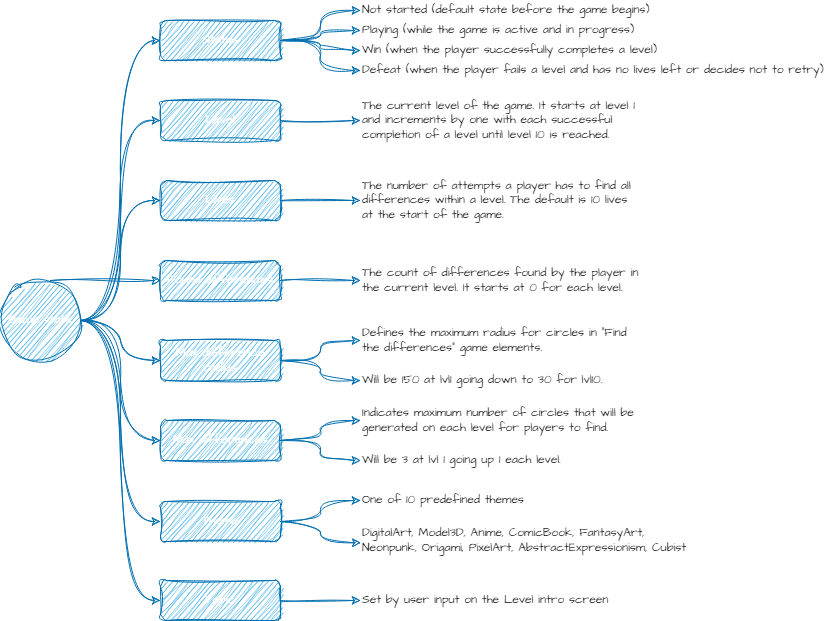
Earlier version of the draw.io export game-state.drawio.png (vasilyoshev/ai-assistant). Source tidied: cells renumbered, new cells last; positions are measured from the earlier drawing's top-left corner, leaving out a move shared by most shapes.
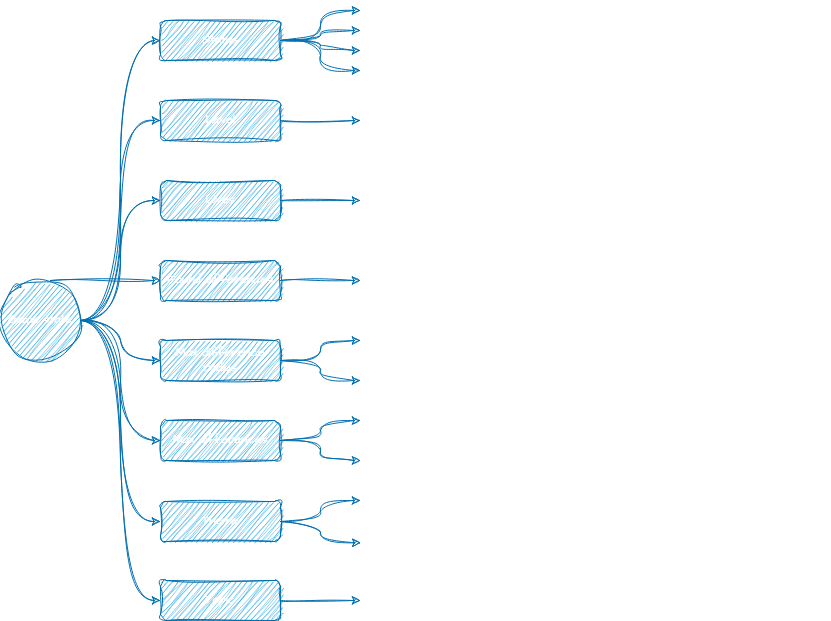
After the commit.

Diff of the diagram source:
```diff
@@ -82,7 +82,7 @@
     <mxCell id="27" value="Theme" style="rounded=1;whiteSpace=wrap;html=1;sketch=1;hachureGap=4;jiggle=2;curveFitting=1;fontFamily=Architects Daughter;fontSource=https%3A%2F%2Ffonts.googleapis.com%2Fcss%3Ffamily%3DArchitects%2BDaughter;fillColor=#1ba1e2;strokeColor=#006EAF;fontColor=#ffffff;" parent="1" vertex="1">
       <mxGeometry x="160" y="501" width="120" height="40" as="geometry" />
     </mxCell>
-    <mxCell id="28" value="&lt;span data-whi-clipboard=&quot;{:hiccup [[:p {:rect {:x 3720, :y 68, :width 436, :height 72}, :text-rect {:x 3720, :y 68, :width 436, :height 72}} &amp;quot;The current level of the game. It starts at level 1 and increments by one with each successful completion of a level until level 10 is reached.&amp;quot;]], :file-id nil}&quot;&gt;&lt;/span&gt;The current level of the game. It starts at level 1 and increments by one with each successful completion of a level until level 10 is reached." style="text;whiteSpace=wrap;html=1;fontFamily=Architects Daughter;fontSource=https%3A%2F%2Ffonts.googleapis.com%2Fcss%3Ffamily%3DArchitects%2BDaughter;verticalAlign=middle;" parent="1" vertex="1">
+    <mxCell id="28" value="&lt;span data-whi-clipboard=&quot;{:hiccup [[:p {:rect {:x 3720, :y 68, :width 436, :height 72}, :text-rect {:x 3720, :y 68, :width 436, :height 72}} &amp;quot;The current level of the game. It starts at level 1 and increments by one with each successful completion of a level until level 10 is reached.&amp;quot;]], :file-id nil}&quot;&gt;&lt;/span&gt;The current level of the game. It starts at level 1 and increments by one with each successful completion of a level until level 10 is reached." style="text;whiteSpace=wrap;html=1;fontFamily=Architects Daughter;fontSource=https%3A%2F%2Ffonts.googleapis.com%2Fcss%3Ffamily%3DArchitects%2BDaughter;verticalAlign=middle;fontColor=#FFFFFF;" parent="1" vertex="1">
       <mxGeometry x="360" y="92.5" width="280" height="55" as="geometry" />
     </mxCell>
     <mxCell id="29" style="edgeStyle=orthogonalEdgeStyle;rounded=0;sketch=1;hachureGap=4;jiggle=2;curveFitting=1;jettySize=auto;html=1;entryX=0;entryY=0.5;entryDx=0;entryDy=0;fontFamily=Architects Daughter;fontSource=https%3A%2F%2Ffonts.googleapis.com%2Fcss%3Ffamily%3DArchitects%2BDaughter;curved=1;fontColor=#000000;fillColor=#1ba1e2;strokeColor=#006EAF;" parent="1" edge="1" source="30" target="31">
@@ -91,22 +91,22 @@
     <mxCell id="30" value="Lives" style="rounded=1;whiteSpace=wrap;html=1;sketch=1;hachureGap=4;jiggle=2;curveFitting=1;fontFamily=Architects Daughter;fontSource=https%3A%2F%2Ffonts.googleapis.com%2Fcss%3Ffamily%3DArchitects%2BDaughter;fillColor=#1ba1e2;strokeColor=#006EAF;fontColor=#ffffff;" parent="1" vertex="1">
       <mxGeometry x="160" y="180" width="120" height="40" as="geometry" />
     </mxCell>
-    <mxCell id="31" value="The number of attempts a player has to find all differences within a level. The default is 10 lives at the start of the game." style="text;html=1;align=left;verticalAlign=middle;whiteSpace=wrap;rounded=0;fontFamily=Architects Daughter;fontSource=https%3A%2F%2Ffonts.googleapis.com%2Fcss%3Ffamily%3DArchitects%2BDaughter;" parent="1" vertex="1">
+    <mxCell id="31" value="The number of attempts a player has to find all differences within a level. The default is 10 lives at the start of the game." style="text;html=1;align=left;verticalAlign=middle;whiteSpace=wrap;rounded=0;fontFamily=Architects Daughter;fontSource=https%3A%2F%2Ffonts.googleapis.com%2Fcss%3Ffamily%3DArchitects%2BDaughter;fontColor=#FFFFFF;" parent="1" vertex="1">
       <mxGeometry x="360" y="175" width="280" height="50" as="geometry" />
     </mxCell>
-    <mxCell id="32" value="The count of differences found by the player in the current level. It starts at 0 for each level." style="text;html=1;align=left;verticalAlign=middle;whiteSpace=wrap;rounded=0;fontFamily=Architects Daughter;fontSource=https%3A%2F%2Ffonts.googleapis.com%2Fcss%3Ffamily%3DArchitects%2BDaughter;" parent="1" vertex="1">
+    <mxCell id="32" value="The count of differences found by the player in the current level. It starts at 0 for each level." style="text;html=1;align=left;verticalAlign=middle;whiteSpace=wrap;rounded=0;fontFamily=Architects Daughter;fontSource=https%3A%2F%2Ffonts.googleapis.com%2Fcss%3Ffamily%3DArchitects%2BDaughter;fontColor=#FFFFFF;" parent="1" vertex="1">
       <mxGeometry x="360" y="265" width="280" height="30" as="geometry" />
     </mxCell>
-    <mxCell id="33" value="Not started (default state before the game begins)" style="text;html=1;align=left;verticalAlign=middle;whiteSpace=wrap;rounded=0;fontFamily=Architects Daughter;fontSource=https%3A%2F%2Ffonts.googleapis.com%2Fcss%3Ffamily%3DArchitects%2BDaughter;" parent="1" vertex="1">
+    <mxCell id="33" value="Not started (default state before the game begins)" style="text;html=1;align=left;verticalAlign=middle;whiteSpace=wrap;rounded=0;fontFamily=Architects Daughter;fontSource=https%3A%2F%2Ffonts.googleapis.com%2Fcss%3Ffamily%3DArchitects%2BDaughter;fontColor=#FFFFFF;" parent="1" vertex="1">
       <mxGeometry x="360" width="295" height="20" as="geometry" />
     </mxCell>
-    <mxCell id="34" value="Playing (while the game is active and in progress)" style="text;html=1;align=left;verticalAlign=middle;whiteSpace=wrap;rounded=0;fontFamily=Architects Daughter;fontSource=https%3A%2F%2Ffonts.googleapis.com%2Fcss%3Ffamily%3DArchitects%2BDaughter;" parent="1" vertex="1">
+    <mxCell id="34" value="Playing (while the game is active and in progress)" style="text;html=1;align=left;verticalAlign=middle;whiteSpace=wrap;rounded=0;fontFamily=Architects Daughter;fontSource=https%3A%2F%2Ffonts.googleapis.com%2Fcss%3Ffamily%3DArchitects%2BDaughter;fontColor=#FFFFFF;" parent="1" vertex="1">
       <mxGeometry x="360" y="20" width="280" height="20" as="geometry" />
     </mxCell>
-    <mxCell id="35" value="Win (when the player successfully completes a level)" style="text;html=1;align=left;verticalAlign=middle;whiteSpace=wrap;rounded=0;fontFamily=Architects Daughter;fontSource=https%3A%2F%2Ffonts.googleapis.com%2Fcss%3Ffamily%3DArchitects%2BDaughter;" parent="1" vertex="1">
+    <mxCell id="35" value="Win (when the player successfully completes a level)" style="text;html=1;align=left;verticalAlign=middle;whiteSpace=wrap;rounded=0;fontFamily=Architects Daughter;fontSource=https%3A%2F%2Ffonts.googleapis.com%2Fcss%3Ffamily%3DArchitects%2BDaughter;fontColor=#FFFFFF;" parent="1" vertex="1">
       <mxGeometry x="360" y="40" width="300" height="20" as="geometry" />
     </mxCell>
-    <mxCell id="36" value="Defeat (when the player fails a level and has no lives left or decides not to retry)" style="text;html=1;align=left;verticalAlign=middle;whiteSpace=wrap;rounded=0;fontFamily=Architects Daughter;fontSource=https%3A%2F%2Ffonts.googleapis.com%2Fcss%3Ffamily%3DArchitects%2BDaughter;" parent="1" vertex="1">
+    <mxCell id="36" value="Defeat (when the player fails a level and has no lives left or decides not to retry)" style="text;html=1;align=left;verticalAlign=middle;whiteSpace=wrap;rounded=0;fontFamily=Architects Daughter;fontSource=https%3A%2F%2Ffonts.googleapis.com%2Fcss%3Ffamily%3DArchitects%2BDaughter;fontColor=#FFFFFF;" parent="1" vertex="1">
       <mxGeometry x="360" y="60" width="470" height="20" as="geometry" />
     </mxCell>
     <mxCell id="37" style="edgeStyle=orthogonalEdgeStyle;rounded=0;sketch=1;hachureGap=4;jiggle=2;curveFitting=1;jettySize=auto;html=1;entryX=0;entryY=0.5;entryDx=0;entryDy=0;fontFamily=Architects Daughter;fontSource=https%3A%2F%2Ffonts.googleapis.com%2Fcss%3Ffamily%3DArchitects%2BDaughter;curved=1;fontColor=#000000;fillColor=#1ba1e2;strokeColor=#006EAF;" parent="1" edge="1" source="13" target="35">
@@ -115,28 +115,28 @@
     <mxCell id="38" style="edgeStyle=orthogonalEdgeStyle;rounded=0;sketch=1;hachureGap=4;jiggle=2;curveFitting=1;jettySize=auto;html=1;entryX=0;entryY=0.5;entryDx=0;entryDy=0;fontFamily=Architects Daughter;fontSource=https%3A%2F%2Ffonts.googleapis.com%2Fcss%3Ffamily%3DArchitects%2BDaughter;curved=1;fontColor=#000000;fillColor=#1ba1e2;strokeColor=#006EAF;" parent="1" edge="1" source="13" target="36">
       <mxGeometry relative="1" as="geometry" />
     </mxCell>
-    <mxCell id="39" value="Defines the maximum radius for circles in &quot;Find the differences&quot; game elements." style="text;html=1;align=left;verticalAlign=middle;whiteSpace=wrap;rounded=0;fontFamily=Architects Daughter;fontSource=https%3A%2F%2Ffonts.googleapis.com%2Fcss%3Ffamily%3DArchitects%2BDaughter;" parent="1" vertex="1">
+    <mxCell id="39" value="Defines the maximum radius for circles in &quot;Find the differences&quot; game elements." style="text;html=1;align=left;verticalAlign=middle;whiteSpace=wrap;rounded=0;fontFamily=Architects Daughter;fontSource=https%3A%2F%2Ffonts.googleapis.com%2Fcss%3Ffamily%3DArchitects%2BDaughter;fontColor=#FFFFFF;" parent="1" vertex="1">
       <mxGeometry x="360" y="320" width="280" height="40" as="geometry" />
     </mxCell>
-    <mxCell id="40" value="Will be 150 at lvl1 going down to 30 for lvl10." style="text;html=1;align=left;verticalAlign=middle;whiteSpace=wrap;rounded=0;fontFamily=Architects Daughter;fontSource=https%3A%2F%2Ffonts.googleapis.com%2Fcss%3Ffamily%3DArchitects%2BDaughter;" parent="1" vertex="1">
+    <mxCell id="40" value="Will be 150 at lvl1 going down to 30 for lvl10." style="text;html=1;align=left;verticalAlign=middle;whiteSpace=wrap;rounded=0;fontFamily=Architects Daughter;fontSource=https%3A%2F%2Ffonts.googleapis.com%2Fcss%3Ffamily%3DArchitects%2BDaughter;fontColor=#FFFFFF;" parent="1" vertex="1">
       <mxGeometry x="360" y="360" width="250" height="40" as="geometry" />
     </mxCell>
-    <mxCell id="41" value="Indicates maximum number of circles that will be generated on each level for players to find." style="text;html=1;align=left;verticalAlign=middle;whiteSpace=wrap;rounded=0;fontFamily=Architects Daughter;fontSource=https%3A%2F%2Ffonts.googleapis.com%2Fcss%3Ffamily%3DArchitects%2BDaughter;" parent="1" vertex="1">
+    <mxCell id="41" value="Indicates maximum number of circles that will be generated on each level for players to find." style="text;html=1;align=left;verticalAlign=middle;whiteSpace=wrap;rounded=0;fontFamily=Architects Daughter;fontSource=https%3A%2F%2Ffonts.googleapis.com%2Fcss%3Ffamily%3DArchitects%2BDaughter;fontColor=#FFFFFF;" parent="1" vertex="1">
       <mxGeometry x="360" y="400" width="280" height="40" as="geometry" />
     </mxCell>
-    <mxCell id="42" value="Will be 3 at lvl 1 going up 1 each level." style="text;html=1;align=left;verticalAlign=middle;whiteSpace=wrap;rounded=0;fontFamily=Architects Daughter;fontSource=https%3A%2F%2Ffonts.googleapis.com%2Fcss%3Ffamily%3DArchitects%2BDaughter;" parent="1" vertex="1">
+    <mxCell id="42" value="Will be 3 at lvl 1 going up 1 each level." style="text;html=1;align=left;verticalAlign=middle;whiteSpace=wrap;rounded=0;fontFamily=Architects Daughter;fontSource=https%3A%2F%2Ffonts.googleapis.com%2Fcss%3Ffamily%3DArchitects%2BDaughter;fontColor=#FFFFFF;" parent="1" vertex="1">
       <mxGeometry x="360" y="440" width="250" height="40" as="geometry" />
     </mxCell>
-    <mxCell id="43" value="One of 10 predefined themes" style="text;html=1;align=left;verticalAlign=middle;whiteSpace=wrap;rounded=0;fontFamily=Architects Daughter;fontSource=https%3A%2F%2Ffonts.googleapis.com%2Fcss%3Ffamily%3DArchitects%2BDaughter;" parent="1" vertex="1">
+    <mxCell id="43" value="One of 10 predefined themes" style="text;html=1;align=left;verticalAlign=middle;whiteSpace=wrap;rounded=0;fontFamily=Architects Daughter;fontSource=https%3A%2F%2Ffonts.googleapis.com%2Fcss%3Ffamily%3DArchitects%2BDaughter;fontColor=#FFFFFF;" parent="1" vertex="1">
       <mxGeometry x="360" y="480" width="250" height="40" as="geometry" />
     </mxCell>
-    <mxCell id="44" value="&lt;div&gt;DigitalArt&lt;span style=&quot;background-color: initial;&quot;&gt;,&amp;nbsp;&lt;/span&gt;&lt;span style=&quot;background-color: initial;&quot;&gt;Model3D&lt;/span&gt;&lt;span style=&quot;background-color: initial;&quot;&gt;,&amp;nbsp;&lt;/span&gt;&lt;span style=&quot;background-color: initial;&quot;&gt;Anime&lt;/span&gt;&lt;span style=&quot;background-color: initial;&quot;&gt;,&amp;nbsp;&lt;/span&gt;&lt;span style=&quot;background-color: initial;&quot;&gt;ComicBook&lt;/span&gt;&lt;span style=&quot;background-color: initial;&quot;&gt;,&amp;nbsp;&lt;/span&gt;&lt;span style=&quot;background-color: initial;&quot;&gt;FantasyArt&lt;/span&gt;&lt;span style=&quot;background-color: initial;&quot;&gt;,&lt;/span&gt;&lt;/div&gt;&lt;div&gt;&lt;span style=&quot;background-color: initial;&quot;&gt;Neonpunk&lt;/span&gt;&lt;span style=&quot;background-color: initial;&quot;&gt;,&amp;nbsp;&lt;/span&gt;&lt;span style=&quot;background-color: initial;&quot;&gt;Origami&lt;/span&gt;&lt;span style=&quot;background-color: initial;&quot;&gt;,&amp;nbsp;&lt;/span&gt;&lt;span style=&quot;background-color: initial;&quot;&gt;PixelArt&lt;/span&gt;&lt;span style=&quot;background-color: initial;&quot;&gt;,&amp;nbsp;&lt;/span&gt;&lt;span style=&quot;background-color: initial;&quot;&gt;AbstractExpressionism,&amp;nbsp;&lt;/span&gt;&lt;span style=&quot;background-color: initial;&quot;&gt;Cubist&lt;/span&gt;&lt;/div&gt;" style="text;html=1;align=left;verticalAlign=middle;whiteSpace=wrap;rounded=0;fontFamily=Architects Daughter;fontSource=https%3A%2F%2Ffonts.googleapis.com%2Fcss%3Ffamily%3DArchitects%2BDaughter;" parent="1" vertex="1">
+    <mxCell id="44" value="&lt;div&gt;DigitalArt&lt;span style=&quot;background-color: initial;&quot;&gt;,&amp;nbsp;&lt;/span&gt;&lt;span style=&quot;background-color: initial;&quot;&gt;Model3D&lt;/span&gt;&lt;span style=&quot;background-color: initial;&quot;&gt;,&amp;nbsp;&lt;/span&gt;&lt;span style=&quot;background-color: initial;&quot;&gt;Anime&lt;/span&gt;&lt;span style=&quot;background-color: initial;&quot;&gt;,&amp;nbsp;&lt;/span&gt;&lt;span style=&quot;background-color: initial;&quot;&gt;ComicBook&lt;/span&gt;&lt;span style=&quot;background-color: initial;&quot;&gt;,&amp;nbsp;&lt;/span&gt;&lt;span style=&quot;background-color: initial;&quot;&gt;FantasyArt&lt;/span&gt;&lt;span style=&quot;background-color: initial;&quot;&gt;,&lt;/span&gt;&lt;/div&gt;&lt;div&gt;&lt;span style=&quot;background-color: initial;&quot;&gt;Neonpunk&lt;/span&gt;&lt;span style=&quot;background-color: initial;&quot;&gt;,&amp;nbsp;&lt;/span&gt;&lt;span style=&quot;background-color: initial;&quot;&gt;Origami&lt;/span&gt;&lt;span style=&quot;background-color: initial;&quot;&gt;,&amp;nbsp;&lt;/span&gt;&lt;span style=&quot;background-color: initial;&quot;&gt;PixelArt&lt;/span&gt;&lt;span style=&quot;background-color: initial;&quot;&gt;,&amp;nbsp;&lt;/span&gt;&lt;span style=&quot;background-color: initial;&quot;&gt;AbstractExpressionism,&amp;nbsp;&lt;/span&gt;&lt;span style=&quot;background-color: initial;&quot;&gt;Cubist&lt;/span&gt;&lt;/div&gt;" style="text;html=1;align=left;verticalAlign=middle;whiteSpace=wrap;rounded=0;fontFamily=Architects Daughter;fontSource=https%3A%2F%2Ffonts.googleapis.com%2Fcss%3Ffamily%3DArchitects%2BDaughter;fontColor=#FFFFFF;" parent="1" vertex="1">
       <mxGeometry x="360" y="520" width="290" height="40" as="geometry" />
     </mxCell>
     <mxCell id="45" style="edgeStyle=orthogonalEdgeStyle;rounded=0;sketch=1;hachureGap=4;jiggle=2;curveFitting=1;jettySize=auto;html=1;entryX=0.001;entryY=0.558;entryDx=0;entryDy=0;entryPerimeter=0;fontFamily=Architects Daughter;fontSource=https%3A%2F%2Ffonts.googleapis.com%2Fcss%3Ffamily%3DArchitects%2BDaughter;curved=1;fontColor=#000000;fillColor=#1ba1e2;strokeColor=#006EAF;" parent="1" edge="1" source="27" target="44">
       <mxGeometry relative="1" as="geometry" />
     </mxCell>
-    <mxCell id="46" value="Set by user input on the Level intro screen" style="text;html=1;align=left;verticalAlign=middle;whiteSpace=wrap;rounded=0;fontFamily=Architects Daughter;fontSource=https%3A%2F%2Ffonts.googleapis.com%2Fcss%3Ffamily%3DArchitects%2BDaughter;" parent="1" vertex="1">
+    <mxCell id="46" value="Set by user input on the Level intro screen" style="text;html=1;align=left;verticalAlign=middle;whiteSpace=wrap;rounded=0;fontFamily=Architects Daughter;fontSource=https%3A%2F%2Ffonts.googleapis.com%2Fcss%3Ffamily%3DArchitects%2BDaughter;fontColor=#FFFFFF;" parent="1" vertex="1">
       <mxGeometry x="360" y="580" width="250" height="40" as="geometry" />
     </mxCell>
   </root>
```
